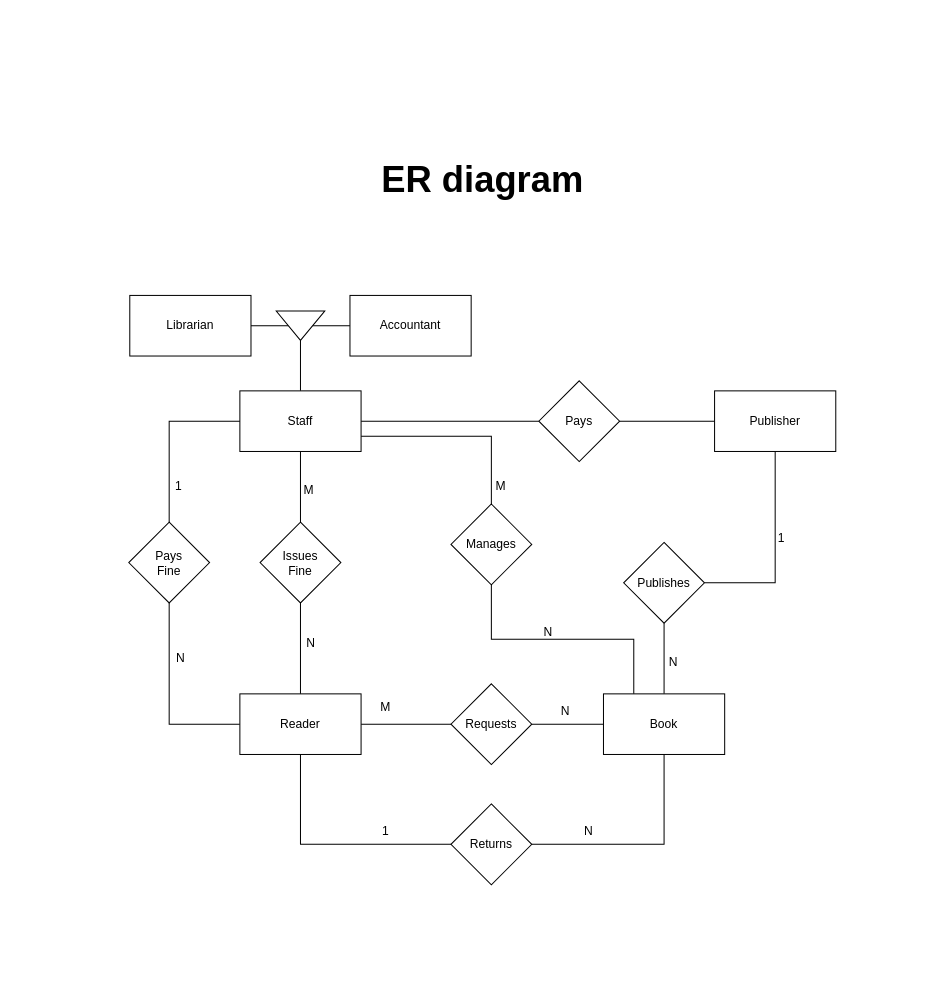
The draw.io diagram Untitled Diagram.drawio in dev-Kaustav/software-engineering, before the edit. Source tidied: cells renumbered, new cells numbered last; positions are measured from the earlier drawing's top-left corner, leaving out a move shared by most shapes. Both pictures are drawn from the tidied source at 101%, with x=0, y=0 at pixel (128, 159).
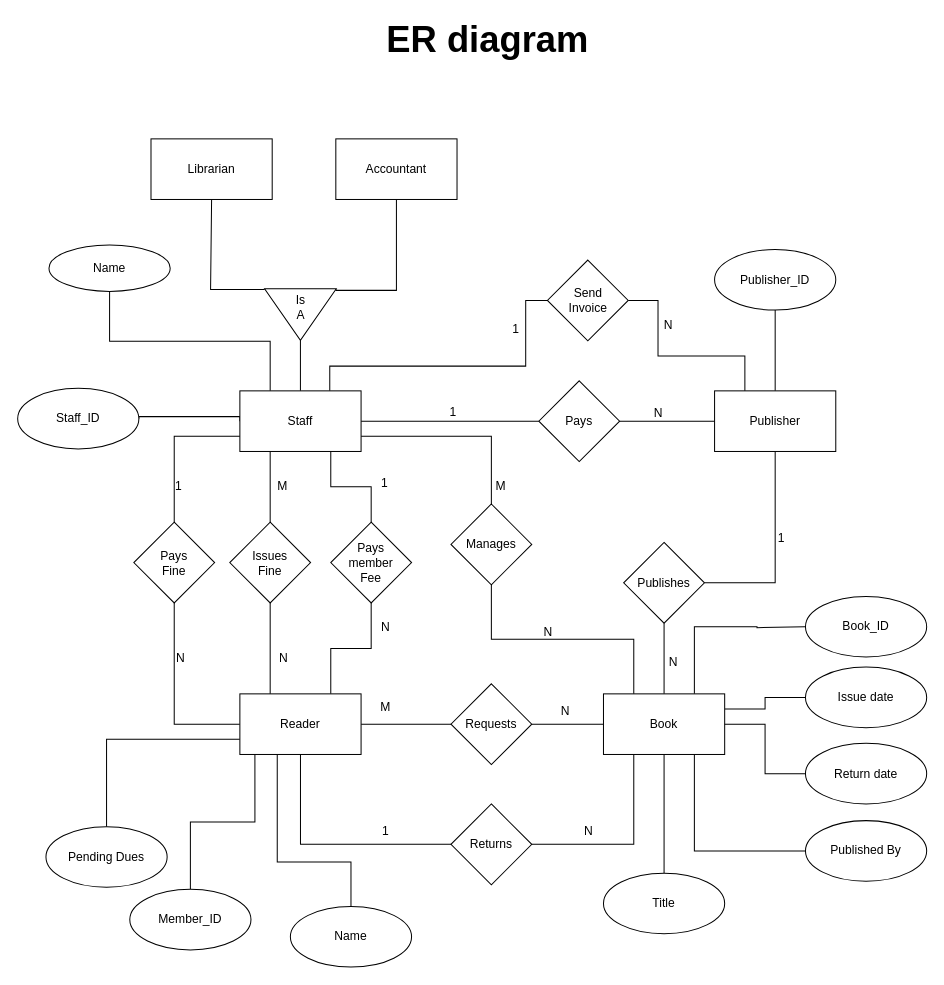
The same diagram, later.

Unchanged cells that the change refers to:
```xml
<mxCell id="5" value="Reader" style="rounded=0;whiteSpace=wrap;html=1;" parent="1" vertex="1">
  <mxGeometry x="110" y="529.5" width="120" height="60" as="geometry" />
</mxCell>
<mxCell id="9" value="Book" style="whiteSpace=wrap;html=1;rounded=0;" parent="1" vertex="1">
  <mxGeometry x="470" y="529.5" width="120" height="60" as="geometry" />
</mxCell>
<mxCell id="12" value="Publisher" style="whiteSpace=wrap;html=1;rounded=0;" parent="1" vertex="1">
  <mxGeometry x="580" y="229.5" width="120" height="60" as="geometry" />
</mxCell>
<mxCell id="15" value="Returns" style="rhombus;whiteSpace=wrap;html=1;rounded=0;" parent="1" vertex="1">
  <mxGeometry x="319" y="638.5" width="80" height="80" as="geometry" />
</mxCell>
<mxCell id="20" value="Staff" style="rounded=0;whiteSpace=wrap;html=1;" parent="1" vertex="1">
  <mxGeometry x="110" y="229.5" width="120" height="60" as="geometry" />
</mxCell>
```

Change to the diagram source:
```diff
@@
     <mxCell id="2" value="&lt;span style=&quot;font-size: 36px&quot;&gt;ER diagram&lt;/span&gt;" style="text;strokeColor=none;fillColor=none;html=1;fontSize=24;fontStyle=1;verticalAlign=middle;align=center;rounded=0;" parent="1" vertex="1">
-      <mxGeometry x="300" width="100" height="40" as="geometry" />
+      <mxGeometry x="305" y="-139" width="100" height="40" as="geometry" />
     </mxCell>
@@
+    <mxCell id="46" style="edgeStyle=orthogonalEdgeStyle;rounded=0;jettySize=auto;html=1;endArrow=none;endFill=0;exitX=0.124;exitY=0.992;exitDx=0;exitDy=0;exitPerimeter=0;" parent="1" edge="1" source="5" target="66">
+      <mxGeometry relative="1" as="geometry" />
+    </mxCell>
+    <mxCell id="47" style="edgeStyle=orthogonalEdgeStyle;rounded=0;jettySize=auto;html=1;endArrow=none;endFill=0;exitX=0.75;exitY=0;exitDx=0;exitDy=0;" parent="1" edge="1" source="5" target="68">
+      <mxGeometry relative="1" as="geometry" />
+    </mxCell>
+    <mxCell id="48" style="edgeStyle=orthogonalEdgeStyle;rounded=0;jettySize=auto;html=1;endArrow=none;endFill=0;exitX=0;exitY=0.75;exitDx=0;exitDy=0;" parent="1" edge="1" source="5" target="71">
+      <mxGeometry relative="1" as="geometry" />
+    </mxCell>
+    <mxCell id="49" style="edgeStyle=orthogonalEdgeStyle;rounded=0;jettySize=auto;html=1;endArrow=none;endFill=0;" parent="1" edge="1" source="5" target="79">
+      <mxGeometry relative="1" as="geometry">
+        <Array as="points">
+          <mxPoint x="147" y="696" />
+          <mxPoint x="220" y="696" />
+        </Array>
+      </mxGeometry>
+    </mxCell>
@@
+    <mxCell id="50" style="edgeStyle=orthogonalEdgeStyle;rounded=0;jettySize=auto;html=1;endArrow=none;endFill=0;exitX=0.75;exitY=0;exitDx=0;exitDy=0;entryX=0;entryY=0.5;entryDx=0;entryDy=0;" parent="1" edge="1" source="9" target="62">
+      <mxGeometry relative="1" as="geometry">
+        <Array as="points">
+          <mxPoint x="560" y="463" />
+          <mxPoint x="622" y="463" />
+          <mxPoint x="638" y="464" />
+        </Array>
+      </mxGeometry>
+    </mxCell>
+    <mxCell id="51" style="edgeStyle=orthogonalEdgeStyle;rounded=0;jettySize=auto;html=1;endArrow=none;endFill=0;exitX=1;exitY=0.25;exitDx=0;exitDy=0;" parent="1" edge="1" source="9" target="63">
+      <mxGeometry relative="1" as="geometry" />
+    </mxCell>
+    <mxCell id="52" style="edgeStyle=orthogonalEdgeStyle;rounded=0;jettySize=auto;html=1;endArrow=none;endFill=0;entryX=0;entryY=0.5;entryDx=0;entryDy=0;exitX=0.75;exitY=1;exitDx=0;exitDy=0;" parent="1" edge="1" source="9" target="72">
+      <mxGeometry relative="1" as="geometry" />
+    </mxCell>
+    <mxCell id="53" style="edgeStyle=orthogonalEdgeStyle;rounded=0;jettySize=auto;html=1;entryX=1;entryY=0.5;entryDx=0;entryDy=0;endArrow=none;endFill=0;exitX=0.25;exitY=1;exitDx=0;exitDy=0;" parent="1" edge="1" source="9" target="15">
+      <mxGeometry relative="1" as="geometry" />
+    </mxCell>
+    <mxCell id="54" style="edgeStyle=orthogonalEdgeStyle;rounded=0;jettySize=auto;html=1;endArrow=none;endFill=0;" parent="1" edge="1" source="9" target="80">
+      <mxGeometry relative="1" as="geometry" />
+    </mxCell>
@@
+    <mxCell id="55" style="edgeStyle=orthogonalEdgeStyle;rounded=0;jettySize=auto;html=1;endArrow=none;endFill=0;" parent="1" edge="1" source="12" target="61">
+      <mxGeometry relative="1" as="geometry" />
+    </mxCell>
@@
-    <mxCell id="13" style="edgeStyle=orthogonalEdgeStyle;rounded=0;jettySize=auto;html=1;entryX=0.5;entryY=1;entryDx=0;entryDy=0;endArrow=none;endFill=0;" parent="1" edge="1" source="15" target="9">
-      <mxGeometry relative="1" as="geometry" />
-    </mxCell>
@@
-    <mxCell id="17" style="edgeStyle=orthogonalEdgeStyle;rounded=0;jettySize=auto;html=1;endArrow=none;endFill=0;" parent="1" edge="1" source="20" target="24">
+    <mxCell id="17" style="edgeStyle=orthogonalEdgeStyle;rounded=0;jettySize=auto;html=1;endArrow=none;endFill=0;exitX=0.25;exitY=1;exitDx=0;exitDy=0;" parent="1" edge="1" source="20" target="24">
       <mxGeometry relative="1" as="geometry" />
     </mxCell>
@@
+    <mxCell id="56" style="edgeStyle=orthogonalEdgeStyle;rounded=0;jettySize=auto;html=1;endArrow=none;endFill=0;entryX=0;entryY=0.5;entryDx=0;entryDy=0;" parent="1" edge="1" source="20" target="74">
+      <mxGeometry relative="1" as="geometry">
+        <Array as="points">
+          <mxPoint x="199" y="205" />
+          <mxPoint x="393" y="205" />
+          <mxPoint x="393" y="140" />
+        </Array>
+      </mxGeometry>
+    </mxCell>
+    <mxCell id="57" style="edgeStyle=orthogonalEdgeStyle;rounded=0;jettySize=auto;html=1;endArrow=none;endFill=0;exitX=0;exitY=0.5;exitDx=0;exitDy=0;entryX=1;entryY=0.5;entryDx=0;entryDy=0;" parent="1" edge="1" source="20" target="77">
+      <mxGeometry relative="1" as="geometry">
+        <Array as="points">
+          <mxPoint x="110" y="255" />
+          <mxPoint x="10" y="255" />
+        </Array>
+      </mxGeometry>
+    </mxCell>
+    <mxCell id="58" style="edgeStyle=orthogonalEdgeStyle;rounded=0;jettySize=auto;html=1;endArrow=none;endFill=0;exitX=0.25;exitY=0;exitDx=0;exitDy=0;" parent="1" edge="1" source="20" target="78">
+      <mxGeometry relative="1" as="geometry" />
+    </mxCell>
@@
-    <mxCell id="23" style="edgeStyle=orthogonalEdgeStyle;rounded=0;jettySize=auto;html=1;endArrow=none;endFill=0;" parent="1" edge="1" source="24" target="5">
+    <mxCell id="23" style="edgeStyle=orthogonalEdgeStyle;rounded=0;jettySize=auto;html=1;endArrow=none;endFill=0;entryX=0.25;entryY=0;entryDx=0;entryDy=0;" parent="1" edge="1" source="24" target="5">
       <mxGeometry relative="1" as="geometry" />
     </mxCell>
     <mxCell id="24" value="Issues&lt;br&gt;Fine" style="rhombus;whiteSpace=wrap;html=1;rounded=0;" parent="1" vertex="1">
-      <mxGeometry x="130" y="359.5" width="80" height="80" as="geometry" />
+      <mxGeometry x="100" y="359.5" width="80" height="80" as="geometry" />
     </mxCell>
-    <mxCell id="25" style="edgeStyle=orthogonalEdgeStyle;rounded=0;jettySize=auto;html=1;entryX=0;entryY=0.5;entryDx=0;entryDy=0;endArrow=none;endFill=0;exitX=0.5;exitY=0;exitDx=0;exitDy=0;" parent="1" edge="1" source="26" target="20">
+    <mxCell id="25" style="edgeStyle=orthogonalEdgeStyle;rounded=0;jettySize=auto;html=1;entryX=0;entryY=0.75;entryDx=0;entryDy=0;endArrow=none;endFill=0;exitX=0.5;exitY=0;exitDx=0;exitDy=0;" parent="1" edge="1" source="26" target="20">
       <mxGeometry relative="1" as="geometry" />
     </mxCell>
     <mxCell id="26" value="Pays&lt;br&gt;Fine" style="rhombus;whiteSpace=wrap;html=1;rounded=0;" parent="1" vertex="1">
-      <mxGeometry y="359.5" width="80" height="80" as="geometry" />
+      <mxGeometry x="5" y="359.5" width="80" height="80" as="geometry" />
     </mxCell>
-    <mxCell id="27" style="edgeStyle=orthogonalEdgeStyle;rounded=0;jettySize=auto;html=1;endArrow=none;endFill=0;" parent="1" edge="1" source="29" target="30">
-      <mxGeometry relative="1" as="geometry" />
+    <mxCell id="27" style="edgeStyle=orthogonalEdgeStyle;rounded=0;jettySize=auto;html=1;endArrow=none;endFill=0;exitX=0.004;exitY=0.005;exitDx=0;exitDy=0;exitPerimeter=0;" parent="1" edge="1" source="29" target="30">
+      <mxGeometry relative="1" as="geometry">
+        <Array as="points">
+          <mxPoint x="265" y="130" />
+        </Array>
+      </mxGeometry>
     </mxCell>
-    <mxCell id="28" style="edgeStyle=orthogonalEdgeStyle;rounded=0;jettySize=auto;html=1;endArrow=none;endFill=0;" parent="1" edge="1" source="29" target="31">
-      <mxGeometry relative="1" as="geometry" />
+    <mxCell id="28" style="edgeStyle=orthogonalEdgeStyle;rounded=0;jettySize=auto;html=1;endArrow=none;endFill=0;exitX=0.015;exitY=0.998;exitDx=0;exitDy=0;exitPerimeter=0;entryX=0.5;entryY=1;entryDx=0;entryDy=0;" parent="1" edge="1" source="29" target="31">
+      <mxGeometry relative="1" as="geometry">
+        <Array as="points">
+          <mxPoint x="81" y="129" />
+          <mxPoint x="81" y="40" />
+        </Array>
+      </mxGeometry>
     </mxCell>
     <mxCell id="29" style="triangle;whiteSpace=wrap;html=1;rotation=90;" parent="1" vertex="1">
-      <mxGeometry x="155.5" y="141" width="29" height="48" as="geometry" />
+      <mxGeometry x="144.4" y="118.4" width="51.1" height="71" as="geometry" />
     </mxCell>
     <mxCell id="30" value="Accountant" style="whiteSpace=wrap;html=1;" parent="1" vertex="1">
-      <mxGeometry x="219" y="135" width="120" height="60" as="geometry" />
+      <mxGeometry x="205" y="-20" width="120" height="60" as="geometry" />
     </mxCell>
     <mxCell id="31" value="Librarian" style="whiteSpace=wrap;html=1;" parent="1" vertex="1">
-      <mxGeometry x="1" y="135" width="120" height="60" as="geometry" />
+      <mxGeometry x="22" y="-20" width="120" height="60" as="geometry" />
     </mxCell>
@@
     <mxCell id="42" value="N" style="text;html=1;align=center;verticalAlign=middle;strokeColor=none;fillColor=none;" parent="1" vertex="1">
-      <mxGeometry x="170" y="471" width="19" height="18" as="geometry" />
+      <mxGeometry x="143" y="485" width="19" height="18" as="geometry" />
     </mxCell>
     <mxCell id="43" value="M" style="text;html=1;align=center;verticalAlign=middle;strokeColor=none;fillColor=none;" parent="1" vertex="1">
-      <mxGeometry x="168" y="319" width="20" height="18" as="geometry" />
+      <mxGeometry x="142" y="315" width="20" height="18" as="geometry" />
     </mxCell>
@@
+    <mxCell id="59" value="N" style="text;html=1;align=center;verticalAlign=middle;strokeColor=none;fillColor=none;" parent="1" vertex="1">
+      <mxGeometry x="514" y="243" width="19" height="18" as="geometry" />
+    </mxCell>
+    <mxCell id="60" value="1" style="text;html=1;align=center;verticalAlign=middle;strokeColor=none;fillColor=none;" parent="1" vertex="1">
+      <mxGeometry x="313" y="242" width="16" height="18" as="geometry" />
+    </mxCell>
+    <mxCell id="61" value="Publisher_ID" style="ellipse;whiteSpace=wrap;html=1;rounded=0;" parent="1" vertex="1">
+      <mxGeometry x="580" y="89.5" width="120" height="60" as="geometry" />
+    </mxCell>
+    <mxCell id="62" value="Book_ID" style="ellipse;whiteSpace=wrap;html=1;rounded=0;" parent="1" vertex="1">
+      <mxGeometry x="670" y="433" width="120" height="60" as="geometry" />
+    </mxCell>
+    <mxCell id="63" value="Issue date" style="ellipse;whiteSpace=wrap;html=1;rounded=0;" parent="1" vertex="1">
+      <mxGeometry x="670" y="503" width="120" height="60" as="geometry" />
+    </mxCell>
+    <mxCell id="64" style="edgeStyle=orthogonalEdgeStyle;rounded=0;jettySize=auto;html=1;endArrow=none;endFill=0;" parent="1" edge="1" source="65" target="9">
+      <mxGeometry relative="1" as="geometry" />
+    </mxCell>
+    <mxCell id="65" value="Return date" style="ellipse;whiteSpace=wrap;html=1;rounded=0;" parent="1" vertex="1">
+      <mxGeometry x="670" y="578.5" width="120" height="60" as="geometry" />
+    </mxCell>
+    <mxCell id="66" value="Member_ID" style="ellipse;whiteSpace=wrap;html=1;rounded=0;" parent="1" vertex="1">
+      <mxGeometry x="1" y="723" width="120" height="60" as="geometry" />
+    </mxCell>
+    <mxCell id="67" style="edgeStyle=orthogonalEdgeStyle;rounded=0;jettySize=auto;html=1;endArrow=none;endFill=0;entryX=0.75;entryY=1;entryDx=0;entryDy=0;" parent="1" edge="1" source="68" target="20">
+      <mxGeometry relative="1" as="geometry" />
+    </mxCell>
+    <mxCell id="68" value="Pays&lt;br&gt;member&lt;br&gt;Fee" style="rhombus;whiteSpace=wrap;html=1;rounded=0;" parent="1" vertex="1">
+      <mxGeometry x="200" y="359.5" width="80" height="80" as="geometry" />
+    </mxCell>
+    <mxCell id="69" value="1" style="text;html=1;align=center;verticalAlign=middle;strokeColor=none;fillColor=none;" parent="1" vertex="1">
+      <mxGeometry x="245" y="312" width="16" height="18" as="geometry" />
+    </mxCell>
+    <mxCell id="70" value="N" style="text;html=1;align=center;verticalAlign=middle;strokeColor=none;fillColor=none;" parent="1" vertex="1">
+      <mxGeometry x="244" y="455" width="19" height="18" as="geometry" />
+    </mxCell>
+    <mxCell id="71" value="Pending Dues" style="ellipse;whiteSpace=wrap;html=1;rounded=0;" parent="1" vertex="1">
+      <mxGeometry x="-82" y="661" width="120" height="60" as="geometry" />
+    </mxCell>
+    <mxCell id="72" value="Published By" style="ellipse;whiteSpace=wrap;html=1;rounded=0;" parent="1" vertex="1">
+      <mxGeometry x="670" y="655" width="120" height="60" as="geometry" />
+    </mxCell>
+    <mxCell id="73" style="edgeStyle=orthogonalEdgeStyle;rounded=0;jettySize=auto;html=1;entryX=0.25;entryY=0;entryDx=0;entryDy=0;endArrow=none;endFill=0;" parent="1" edge="1" source="74" target="12">
+      <mxGeometry relative="1" as="geometry">
+        <Array as="points">
+          <mxPoint x="524" y="140" />
+          <mxPoint x="524" y="195" />
+          <mxPoint x="610" y="195" />
+        </Array>
+      </mxGeometry>
+    </mxCell>
+    <mxCell id="74" value="Send&lt;br&gt;Invoice" style="rhombus;whiteSpace=wrap;html=1;rounded=0;" parent="1" vertex="1">
+      <mxGeometry x="414.5" y="100" width="80" height="80" as="geometry" />
+    </mxCell>
+    <mxCell id="75" value="N" style="text;html=1;align=center;verticalAlign=middle;strokeColor=none;fillColor=none;" parent="1" vertex="1">
+      <mxGeometry x="524" y="156" width="19" height="18" as="geometry" />
+    </mxCell>
+    <mxCell id="76" value="1" style="text;html=1;align=center;verticalAlign=middle;strokeColor=none;fillColor=none;" parent="1" vertex="1">
+      <mxGeometry x="375" y="160" width="16" height="18" as="geometry" />
+    </mxCell>
+    <mxCell id="77" value="Staff_ID" style="ellipse;whiteSpace=wrap;html=1;rounded=0;" parent="1" vertex="1">
+      <mxGeometry x="-110" y="227" width="120" height="60" as="geometry" />
+    </mxCell>
+    <mxCell id="78" value="Name" style="ellipse;whiteSpace=wrap;html=1;rounded=0;" parent="1" vertex="1">
+      <mxGeometry x="-79" y="85" width="120" height="46" as="geometry" />
+    </mxCell>
+    <mxCell id="79" value="Name" style="ellipse;whiteSpace=wrap;html=1;rounded=0;" parent="1" vertex="1">
+      <mxGeometry x="160" y="740" width="120" height="60" as="geometry" />
+    </mxCell>
+    <mxCell id="80" value="Title" style="ellipse;whiteSpace=wrap;html=1;rounded=0;" parent="1" vertex="1">
+      <mxGeometry x="470" y="707" width="120" height="60" as="geometry" />
+    </mxCell>
+    <mxCell id="81" value="Is&lt;br&gt;A" style="text;html=1;align=center;verticalAlign=middle;strokeColor=none;fillColor=none;" parent="1" vertex="1">
+      <mxGeometry x="160" y="131" width="20" height="32" as="geometry" />
+    </mxCell>
```
